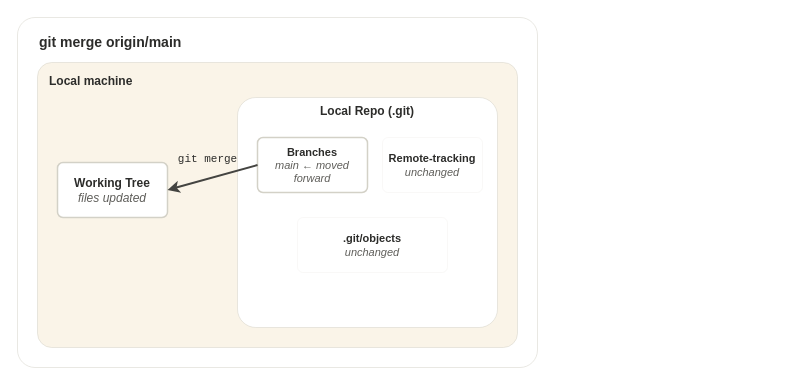
Above: assets/drawio/git-remote-merge.drawio in braboj/tutorial-git (draw.io), before the change. Source tidied: cells renumbered, new cells numbered last; positions are measured from the earlier drawing's top-left corner, leaving out a move shared by most shapes. Both pictures are drawn from the tidied source at 100%, with x=0, y=0 at pixel (17, 17).
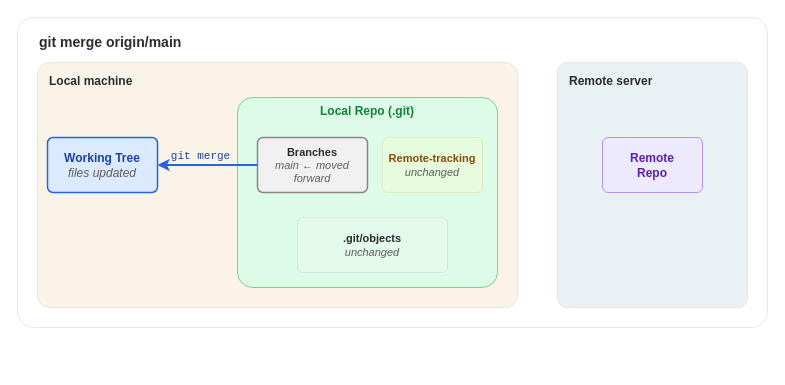
Above is the later version.

Commit message (it also covers changes not shown here):
fix: restore colors and polish all remote chapter diagrams

Diff of the diagram source:
```diff
@@
 <mxGraphModel>
   <root>
     <mxCell id="0" />
     <mxCell id="1" parent="0" />
     <mxCell id="2" style="rounded=1;whiteSpace=wrap;html=1;fillColor=#FFFFFF;strokeColor=#D3D1C7;strokeWidth=0.5;shadow=0;arcSize=5;" parent="1" vertex="1">
-      <mxGeometry width="520" height="350" as="geometry" />
+      <mxGeometry width="750" height="310" as="geometry" />
     </mxCell>
     <mxCell id="3" value="git merge origin/main" style="text;html=1;strokeColor=none;fillColor=none;align=left;verticalAlign=top;fontSize=14;fontStyle=1;fontColor=#2C2C2A;fontFamily=Helvetica;" parent="1" vertex="1">
       <mxGeometry x="20" y="10" width="200" height="24" as="geometry" />
     </mxCell>
     <mxCell id="4" style="rounded=1;whiteSpace=wrap;html=1;fillColor=#FAF4E8;strokeColor=#D3D1C7;strokeWidth=0.5;shadow=0;arcSize=5;" parent="1" vertex="1">
-      <mxGeometry x="20" y="45" width="480" height="285" as="geometry" />
+      <mxGeometry x="20" y="45" width="480" height="245" as="geometry" />
     </mxCell>
     <mxCell id="5" value="Local machine" style="text;html=1;strokeColor=none;fillColor=none;align=left;verticalAlign=top;fontSize=12;fontStyle=1;fontColor=#2C2C2A;fontFamily=Helvetica;" parent="1" vertex="1">
       <mxGeometry x="30" y="50" width="120" height="20" as="geometry" />
     </mxCell>
-    <mxCell id="6" value="Working Tree&lt;br&gt;&lt;i style=&quot;font-weight:normal;color:#5F5E5A&quot;&gt;files updated&lt;/i&gt;" style="rounded=1;whiteSpace=wrap;html=1;fillColor=#FFFFFF;strokeColor=#D3D1C7;strokeWidth=1.5;shadow=0;fontSize=12;fontStyle=1;fontColor=#2C2C2A;fontFamily=Helvetica;verticalAlign=middle;align=center;arcSize=10;" parent="1" vertex="1">
-      <mxGeometry x="40" y="145" width="110" height="55" as="geometry" />
+    <mxCell id="6" value="Working Tree&lt;br&gt;&lt;i style=&quot;font-weight:normal;color:#5F5E5A&quot;&gt;files updated&lt;/i&gt;" style="rounded=1;whiteSpace=wrap;html=1;fillColor=#DBEAFE;strokeColor=#2563EB;strokeWidth=1.5;shadow=0;fontSize=12;fontStyle=1;fontColor=#1E40AF;fontFamily=Helvetica;verticalAlign=middle;align=center;arcSize=10;" parent="1" vertex="1">
+      <mxGeometry x="30" y="120" width="110" height="55" as="geometry" />
     </mxCell>
-    <mxCell id="7" value="Local Repo (.git)" style="rounded=1;whiteSpace=wrap;html=1;fillColor=#FFFFFF;strokeColor=#D3D1C7;strokeWidth=0.5;shadow=0;fontSize=12;fontStyle=1;fontColor=#2C2C2A;fontFamily=Helvetica;verticalAlign=top;align=center;arcSize=8;" parent="1" vertex="1">
-      <mxGeometry x="220" y="80" width="260" height="230" as="geometry" />
+    <mxCell id="7" value="Local Repo (.git)" style="rounded=1;whiteSpace=wrap;html=1;fillColor=#DCFCE7;strokeColor=#16A34A;strokeWidth=0.5;shadow=0;fontSize=12;fontStyle=1;fontColor=#15803D;fontFamily=Helvetica;verticalAlign=top;align=center;arcSize=8;" parent="1" vertex="1">
+      <mxGeometry x="220" y="80" width="260" height="190" as="geometry" />
     </mxCell>
-    <mxCell id="8" value="Branches&lt;br&gt;&lt;i style=&quot;font-weight:normal;color:#5F5E5A&quot;&gt;main &amp;#x2190; moved forward&lt;/i&gt;" style="rounded=1;whiteSpace=wrap;html=1;fillColor=#FFFFFF;strokeColor=#D3D1C7;strokeWidth=1.5;shadow=0;fontSize=11;fontStyle=1;fontColor=#2C2C2A;fontFamily=Helvetica;verticalAlign=middle;align=center;arcSize=10;" parent="1" vertex="1">
+    <mxCell id="8" value="Branches&lt;br&gt;&lt;i style=&quot;font-weight:normal;color:#5F5E5A&quot;&gt;main &amp;#x2190; moved forward&lt;/i&gt;" style="rounded=1;whiteSpace=wrap;html=1;fillColor=#F1F1F1;strokeColor=#888888;strokeWidth=1.5;shadow=0;fontSize=11;fontStyle=1;fontColor=#2C2C2A;fontFamily=Helvetica;verticalAlign=middle;align=center;arcSize=10;" parent="1" vertex="1">
       <mxGeometry x="240" y="120" width="110" height="55" as="geometry" />
     </mxCell>
-    <mxCell id="9" value="Remote-tracking&lt;br&gt;&lt;i style=&quot;font-weight:normal;color:#5F5E5A&quot;&gt;unchanged&lt;/i&gt;" style="rounded=1;whiteSpace=wrap;html=1;fillColor=#FFFFFF;strokeColor=#D3D1C7;strokeWidth=0.5;shadow=0;fontSize=11;fontStyle=1;fontColor=#2C2C2A;fontFamily=Helvetica;verticalAlign=middle;align=center;arcSize=10;opacity=30;" parent="1" vertex="1">
+    <mxCell id="9" value="Remote-tracking&lt;br&gt;&lt;i style=&quot;font-weight:normal;color:#5F5E5A&quot;&gt;unchanged&lt;/i&gt;" style="rounded=1;whiteSpace=wrap;html=1;fillColor=#FEF9C3;strokeColor=#CA8A04;strokeWidth=0.5;shadow=0;fontSize=11;fontStyle=1;fontColor=#854D0E;fontFamily=Helvetica;verticalAlign=middle;align=center;arcSize=10;opacity=30;" parent="1" vertex="1">
       <mxGeometry x="365" y="120" width="100" height="55" as="geometry" />
     </mxCell>
-    <mxCell id="10" value=".git/objects&lt;br&gt;&lt;i style=&quot;font-weight:normal;color:#5F5E5A&quot;&gt;unchanged&lt;/i&gt;" style="rounded=1;whiteSpace=wrap;html=1;fillColor=#FFFFFF;strokeColor=#D3D1C7;strokeWidth=0.5;shadow=0;fontSize=11;fontStyle=1;fontColor=#2C2C2A;fontFamily=Helvetica;verticalAlign=middle;align=center;arcSize=10;opacity=30;" parent="1" vertex="1">
+    <mxCell id="10" value=".git/objects&lt;br&gt;&lt;i style=&quot;font-weight:normal;color:#5F5E5A&quot;&gt;unchanged&lt;/i&gt;" style="rounded=1;whiteSpace=wrap;html=1;fillColor=#F1F1F1;strokeColor=#888888;strokeWidth=0.5;shadow=0;fontSize=11;fontStyle=1;fontColor=#2C2C2A;fontFamily=Helvetica;verticalAlign=middle;align=center;arcSize=10;opacity=30;" parent="1" vertex="1">
       <mxGeometry x="280" y="200" width="150" height="55" as="geometry" />
     </mxCell>
-    <mxCell id="11" style="endArrow=classic;html=1;strokeColor=#444441;strokeWidth=2;endFill=1;endSize=6;exitX=0;exitY=0.5;exitDx=0;exitDy=0;entryX=1;entryY=0.5;entryDx=0;entryDy=0;" parent="1" edge="1" source="8" target="6">
+    <mxCell id="11" style="endArrow=classic;html=1;strokeColor=#2563EB;strokeWidth=2;endFill=1;endSize=6;exitX=0;exitY=0.5;exitDx=0;exitDy=0;entryX=1;entryY=0.5;entryDx=0;entryDy=0;edgeStyle=orthogonalEdgeStyle;" parent="1" edge="1" source="8" target="6">
       <mxGeometry relative="1" as="geometry" />
     </mxCell>
-    <mxCell id="12" value="git merge" style="text;html=1;strokeColor=none;fillColor=none;align=center;verticalAlign=bottom;fontSize=11;fontStyle=0;fontColor=#2C2C2A;fontFamily=Courier New;" parent="1" vertex="1">
-      <mxGeometry x="150" y="133" width="80" height="18" as="geometry" />
+    <mxCell id="12" value="git merge" style="text;html=1;strokeColor=none;fillColor=none;align=center;verticalAlign=bottom;fontSize=11;fontStyle=0;fontColor=#1E40AF;fontFamily=Courier New;" parent="1" vertex="1">
+      <mxGeometry x="153" y="130" width="60" height="18" as="geometry" />
     </mxCell>
+    <mxCell id="13" style="rounded=1;whiteSpace=wrap;html=1;fillColor=#EAF1F5;strokeColor=#D3D1C7;strokeWidth=0.5;shadow=0;arcSize=5;" parent="1" vertex="1">
+      <mxGeometry x="540" y="45" width="190" height="245" as="geometry" />
+    </mxCell>
+    <mxCell id="14" value="Remote server" style="text;html=1;strokeColor=none;fillColor=none;align=left;verticalAlign=top;fontSize=12;fontStyle=1;fontColor=#2C2C2A;fontFamily=Helvetica;" parent="1" vertex="1">
+      <mxGeometry x="550" y="50" width="120" height="20" as="geometry" />
+    </mxCell>
+    <mxCell id="15" value="Remote&lt;br&gt;Repo" style="rounded=1;whiteSpace=wrap;html=1;fillColor=#EDE9FE;strokeColor=#7C3AED;strokeWidth=0.5;shadow=0;fontSize=12;fontStyle=1;fontColor=#5B21B6;fontFamily=Helvetica;verticalAlign=middle;align=center;arcSize=10;" parent="1" vertex="1">
+      <mxGeometry x="585" y="120" width="100" height="55" as="geometry" />
+    </mxCell>
   </root>
 </mxGraphModel>
```
